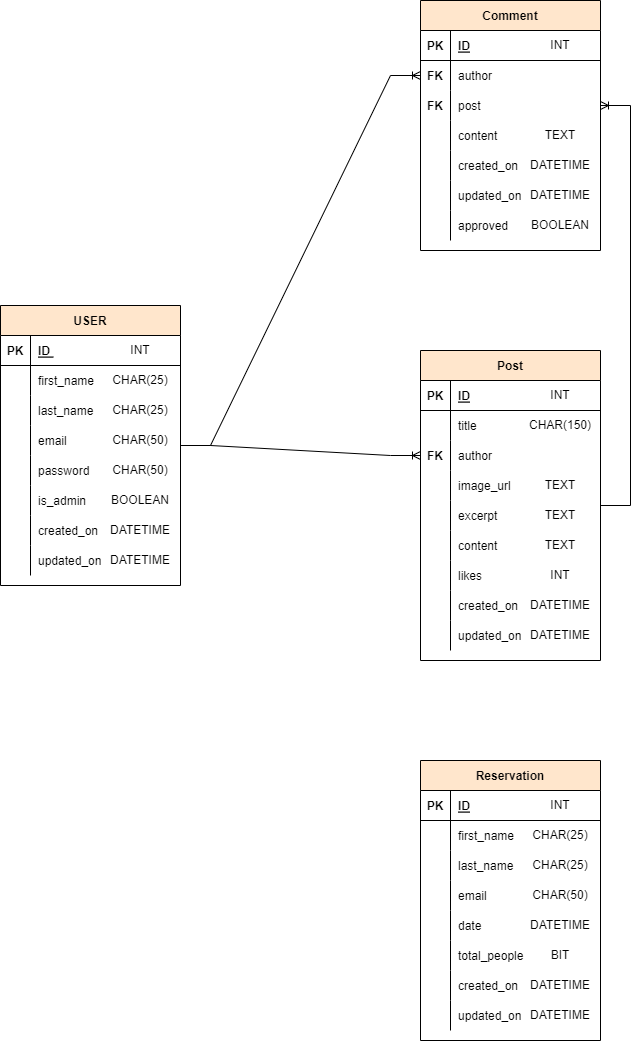
This is documentation/structure/ERM.png from DioCar84/A-Taste-of-Lisbon, a draw.io export, as it was before one commit. Source tidied: cells renumbered, new cells last; positions are measured from the earlier drawing's top-left corner, leaving out a move shared by most shapes.
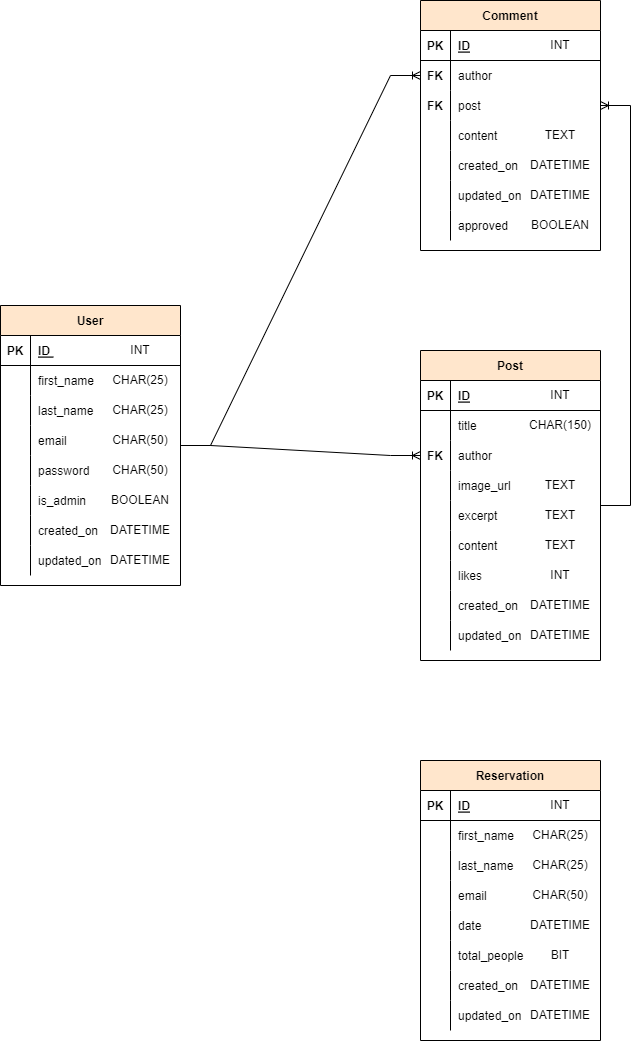
Above is the later version.

Change to the diagram source:
```diff
@@ -2,7 +2,7 @@
   <root>
     <mxCell id="0" />
     <mxCell id="1" parent="0" />
-    <mxCell id="2" value="USER" style="shape=table;startSize=30;rowLines=0;fontStyle=1;align=center;fillColor=#ffe6cc;strokeColor=#000000;" parent="1" vertex="1">
+    <mxCell id="2" value="User" style="shape=table;startSize=30;rowLines=0;fontStyle=1;align=center;fillColor=#ffe6cc;strokeColor=#000000;" parent="1" vertex="1">
       <mxGeometry y="305" width="180" height="280" as="geometry" />
     </mxCell>
     <mxCell id="3" style="shape=tableRow;horizontal=0;startSize=0;swimlaneHead=0;swimlaneBody=0;fillColor=none;top=0;left=0;right=0;bottom=1;" parent="2" vertex="1">
```
